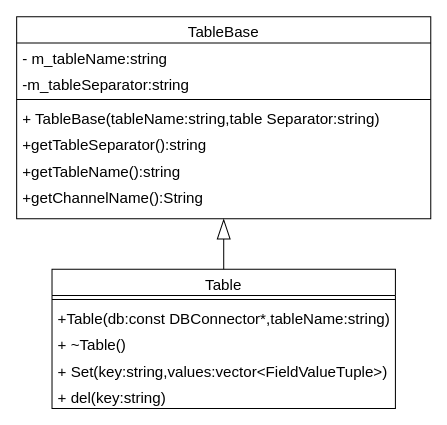
Before: Table.drawio in PATORITU/PATORITU, a draw.io diagram. Source tidied: cells renumbered, new cells numbered last; positions are measured from the earlier drawing's top-left corner, leaving out a move shared by most shapes. Both pictures are drawn from the tidied source at 101%, with x=0, y=0 at pixel (16, 16).
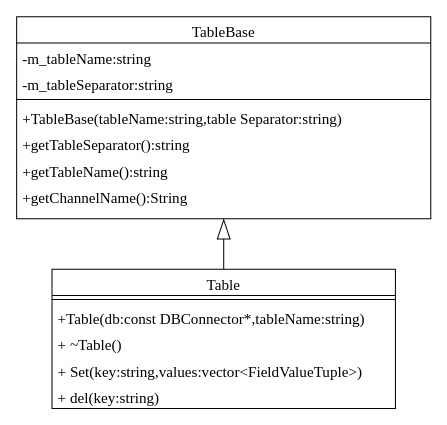
The same diagram, later.

What changed in the source:
```diff
@@
 <mxGraphModel>
   <root>
     <mxCell id="0" />
     <mxCell id="1" parent="0" />
-    <mxCell id="2" value="TableBase" style="swimlane;fontStyle=0;align=center;verticalAlign=top;horizontal=1;startSize=26;rounded=0;shadow=0;strokeWidth=1;fontSize=15;" parent="1" vertex="1">
+    <mxCell id="2" value="TableBase" style="swimlane;fontStyle=0;align=center;verticalAlign=top;horizontal=1;startSize=26;rounded=0;shadow=0;strokeWidth=1;fontSize=15;fontFamily=Times New Roman;" parent="1" vertex="1">
       <mxGeometry width="410" height="200" as="geometry" />
     </mxCell>
-    <mxCell id="3" value="- m_tableName:string" style="text;align=left;verticalAlign=top;spacingLeft=4;spacingRight=4;overflow=hidden;fontSize=15;" parent="2" vertex="1">
+    <mxCell id="3" value="-m_tableName:string" style="text;align=left;verticalAlign=top;spacingLeft=4;spacingRight=4;overflow=hidden;fontSize=15;fontFamily=Times New Roman;" parent="2" vertex="1">
       <mxGeometry y="26" width="410" height="26" as="geometry" />
     </mxCell>
-    <mxCell id="4" value="-m_tableSeparator:string" style="text;align=left;verticalAlign=top;spacingLeft=4;spacingRight=4;overflow=hidden;rounded=0;shadow=0;html=0;fontSize=15;" parent="2" vertex="1">
+    <mxCell id="4" value="-m_tableSeparator:string" style="text;align=left;verticalAlign=top;spacingLeft=4;spacingRight=4;overflow=hidden;rounded=0;shadow=0;html=0;fontSize=15;fontFamily=Times New Roman;" parent="2" vertex="1">
       <mxGeometry y="52" width="410" height="26" as="geometry" />
     </mxCell>
-    <mxCell id="5" style="line;html=1;strokeWidth=1;align=left;verticalAlign=middle;spacingTop=-1;spacingLeft=3;spacingRight=3;labelPosition=right;fontSize=15;" parent="2" vertex="1">
+    <mxCell id="5" style="line;html=1;strokeWidth=1;align=left;verticalAlign=middle;spacingTop=-1;spacingLeft=3;spacingRight=3;labelPosition=right;fontSize=15;fontFamily=Times New Roman;" parent="2" vertex="1">
       <mxGeometry y="78" width="410" height="8" as="geometry" />
     </mxCell>
-    <mxCell id="6" value="+ TableBase(tableName:string,table Separator:string)" style="text;align=left;verticalAlign=top;spacingLeft=4;spacingRight=4;overflow=hidden;rounded=0;shadow=0;html=0;fontSize=15;" parent="2" vertex="1">
+    <mxCell id="6" value="+TableBase(tableName:string,table Separator:string)" style="text;align=left;verticalAlign=top;spacingLeft=4;spacingRight=4;overflow=hidden;rounded=0;shadow=0;html=0;fontSize=15;fontFamily=Times New Roman;" parent="2" vertex="1">
       <mxGeometry y="86" width="410" height="26" as="geometry" />
     </mxCell>
-    <mxCell id="7" value="+getTableSeparator():string" style="text;align=left;verticalAlign=top;spacingLeft=4;spacingRight=4;overflow=hidden;rounded=0;shadow=0;html=0;fontSize=15;" parent="2" vertex="1">
+    <mxCell id="7" value="+getTableSeparator():string" style="text;align=left;verticalAlign=top;spacingLeft=4;spacingRight=4;overflow=hidden;rounded=0;shadow=0;html=0;fontSize=15;fontFamily=Times New Roman;" parent="2" vertex="1">
       <mxGeometry y="112" width="410" height="26" as="geometry" />
     </mxCell>
-    <mxCell id="8" value="+getTableName():string" style="text;align=left;verticalAlign=top;spacingLeft=4;spacingRight=4;overflow=hidden;rounded=0;shadow=0;html=0;fontSize=15;" parent="2" vertex="1">
+    <mxCell id="8" value="+getTableName():string" style="text;align=left;verticalAlign=top;spacingLeft=4;spacingRight=4;overflow=hidden;rounded=0;shadow=0;html=0;fontSize=15;fontFamily=Times New Roman;" parent="2" vertex="1">
       <mxGeometry y="138" width="410" height="26" as="geometry" />
     </mxCell>
-    <mxCell id="9" value="+getChannelName():String" style="text;align=left;verticalAlign=top;spacingLeft=4;spacingRight=4;overflow=hidden;rounded=0;shadow=0;html=0;fontSize=15;" parent="2" vertex="1">
+    <mxCell id="9" value="+getChannelName():String" style="text;align=left;verticalAlign=top;spacingLeft=4;spacingRight=4;overflow=hidden;rounded=0;shadow=0;html=0;fontSize=15;fontFamily=Times New Roman;" parent="2" vertex="1">
       <mxGeometry y="164" width="410" height="26" as="geometry" />
     </mxCell>
-    <mxCell id="10" value="Table" style="swimlane;fontStyle=0;align=center;verticalAlign=top;horizontal=1;startSize=26;rounded=0;shadow=0;strokeWidth=1;fontSize=15;" parent="1" vertex="1">
+    <mxCell id="10" value="Table" style="swimlane;fontStyle=0;align=center;verticalAlign=top;horizontal=1;startSize=26;rounded=0;shadow=0;strokeWidth=1;fontSize=15;fontFamily=Times New Roman;" parent="1" vertex="1">
       <mxGeometry x="35" y="250" width="340" height="138" as="geometry" />
     </mxCell>
-    <mxCell id="11" style="line;html=1;strokeWidth=1;align=left;verticalAlign=middle;spacingTop=-1;spacingLeft=3;spacingRight=3;labelPosition=right;fontSize=15;" parent="10" vertex="1">
+    <mxCell id="11" style="line;html=1;strokeWidth=1;align=left;verticalAlign=middle;spacingTop=-1;spacingLeft=3;spacingRight=3;labelPosition=right;fontSize=15;fontFamily=Times New Roman;" parent="10" vertex="1">
       <mxGeometry y="26" width="340" height="8" as="geometry" />
     </mxCell>
-    <mxCell id="12" value="+Table(db:const DBConnector*,tableName:string)" style="text;align=left;verticalAlign=top;spacingLeft=4;spacingRight=4;overflow=hidden;fontSize=15;" parent="10" vertex="1">
+    <mxCell id="12" value="+Table(db:const DBConnector*,tableName:string)" style="text;align=left;verticalAlign=top;spacingLeft=4;spacingRight=4;overflow=hidden;fontSize=15;fontFamily=Times New Roman;" parent="10" vertex="1">
       <mxGeometry y="34" width="340" height="26" as="geometry" />
     </mxCell>
-    <mxCell id="13" value="+ ~Table()" style="text;align=left;verticalAlign=top;spacingLeft=4;spacingRight=4;overflow=hidden;fontSize=15;" parent="10" vertex="1">
+    <mxCell id="13" value="+ ~Table()" style="text;align=left;verticalAlign=top;spacingLeft=4;spacingRight=4;overflow=hidden;fontSize=15;fontFamily=Times New Roman;" parent="10" vertex="1">
       <mxGeometry y="60" width="340" height="26" as="geometry" />
     </mxCell>
-    <mxCell id="14" value="+ Set(key:string,values:vector&lt;FieldValueTuple&gt;)" style="text;align=left;verticalAlign=top;spacingLeft=4;spacingRight=4;overflow=hidden;fontSize=15;" parent="10" vertex="1">
+    <mxCell id="14" value="+ Set(key:string,values:vector&lt;FieldValueTuple&gt;)" style="text;align=left;verticalAlign=top;spacingLeft=4;spacingRight=4;overflow=hidden;fontSize=15;fontFamily=Times New Roman;" parent="10" vertex="1">
       <mxGeometry y="86" width="340" height="26" as="geometry" />
     </mxCell>
-    <mxCell id="15" value="+ del(key:string)" style="text;align=left;verticalAlign=top;spacingLeft=4;spacingRight=4;overflow=hidden;fontSize=15;" parent="10" vertex="1">
+    <mxCell id="15" value="+ del(key:string)" style="text;align=left;verticalAlign=top;spacingLeft=4;spacingRight=4;overflow=hidden;fontSize=15;fontFamily=Times New Roman;" parent="10" vertex="1">
       <mxGeometry y="112" width="340" height="26" as="geometry" />
     </mxCell>
-    <mxCell id="16" style="endArrow=blockThin;html=1;rounded=0;entryX=0.5;entryY=1;entryDx=0;entryDy=0;exitX=0.5;exitY=0;exitDx=0;exitDy=0;endFill=0;strokeWidth=1;endSize=18;" parent="1" edge="1" source="10" target="2">
+    <mxCell id="16" style="endArrow=blockThin;html=1;rounded=0;entryX=0.5;entryY=1;entryDx=0;entryDy=0;exitX=0.5;exitY=0;exitDx=0;exitDy=0;endFill=0;strokeWidth=1;endSize=18;fontSize=15;fontFamily=Times New Roman;" parent="1" edge="1" source="10" target="2">
       <mxGeometry relative="1" as="geometry" />
     </mxCell>
   </root>
 </mxGraphModel>
```
